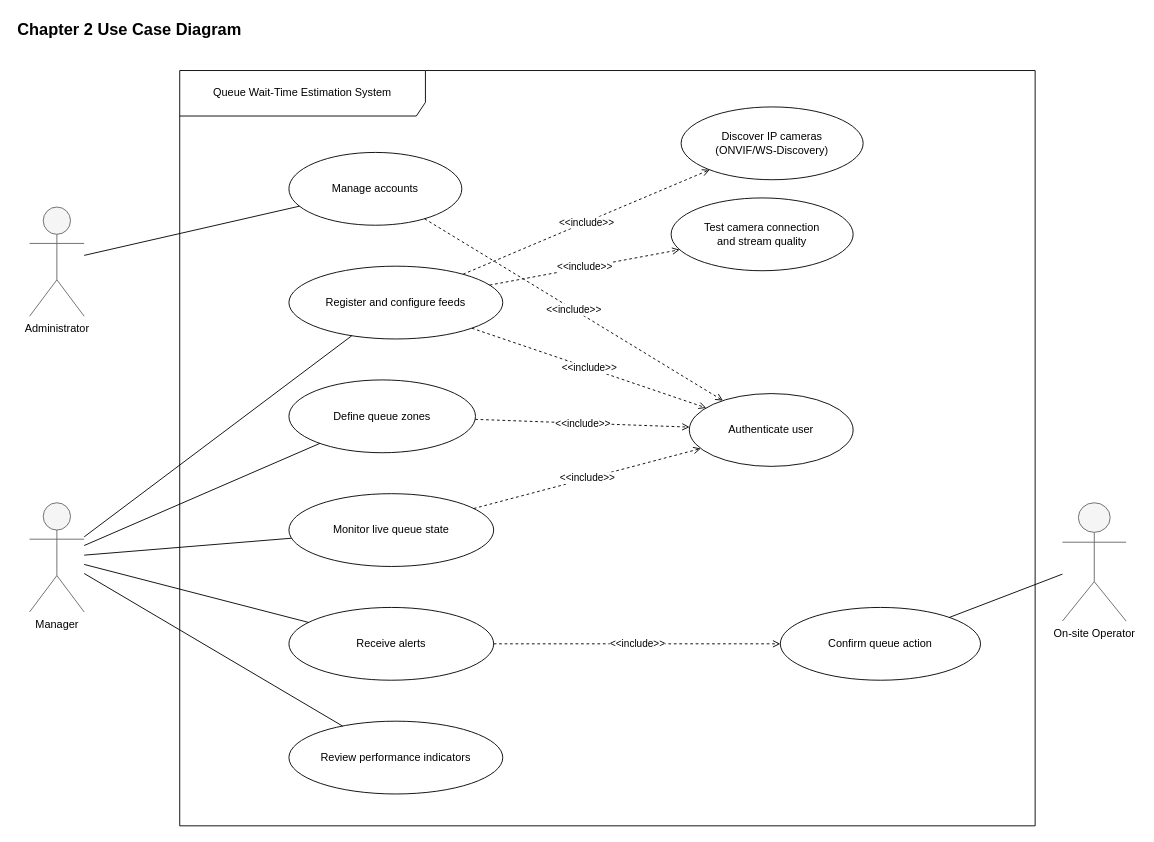
Earlier version of the draw.io diagram report-latex/figures/drawio/chapter2_use_case.drawio (Salmen-BA21/Queue-Wait-Time-Estimation). Source tidied: cells renumbered, new cells numbered last; positions are measured from the earlier drawing's top-left corner, leaving out a move shared by most shapes. Both pictures are drawn from the tidied source at 91%, with x=0, y=0 at pixel (15, 15).
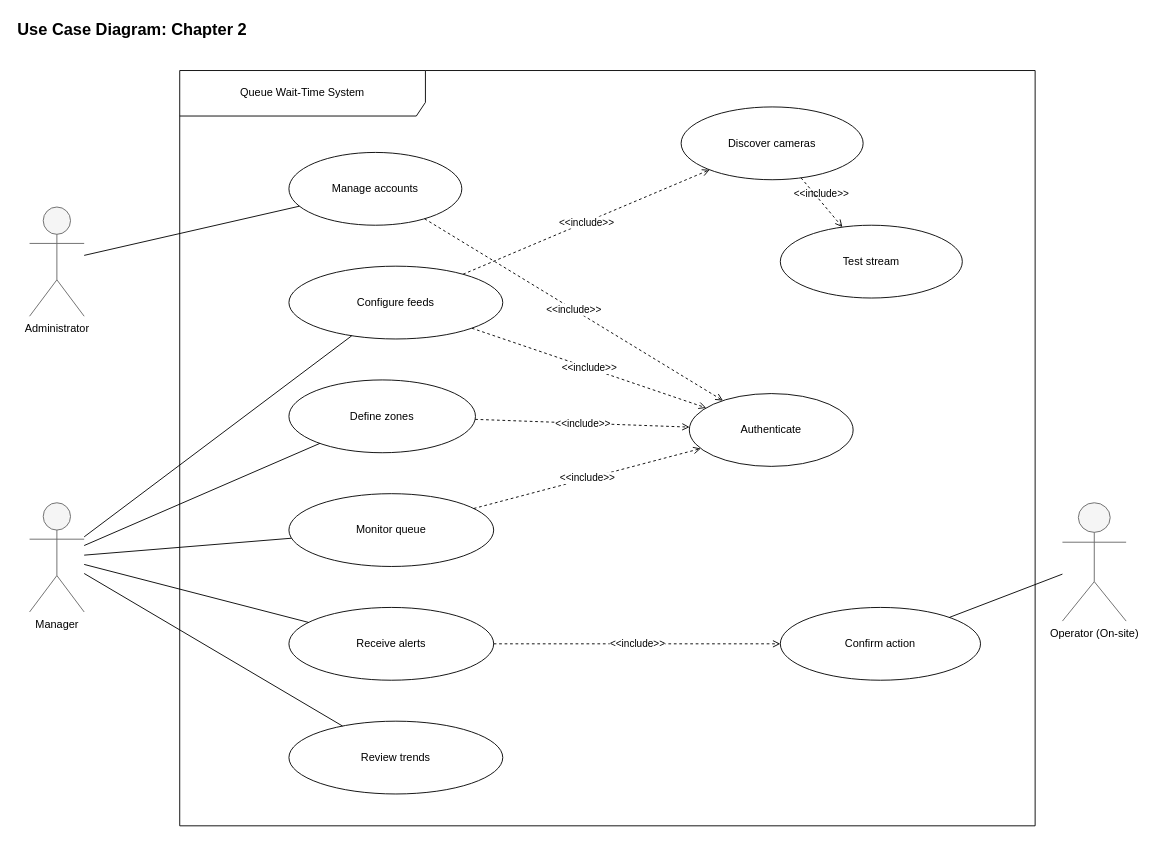
The same diagram, later.

Diff of the diagram source:
```diff
@@
-    <mxCell id="2" value="Chapter 2 Use Case Diagram" style="text;html=1;strokeColor=none;fillColor=none;align=left;verticalAlign=middle;fontStyle=1;fontSize=18;" parent="1" vertex="1">
+    <mxCell id="2" value="Use Case Diagram: Chapter 2" style="text;html=1;strokeColor=none;fillColor=none;align=left;verticalAlign=middle;fontStyle=1;fontSize=18;" parent="1" vertex="1">
       <mxGeometry width="340" height="30" as="geometry" />
     </mxCell>
@@
-    <mxCell id="5" value="Queue Wait-Time Estimation System" style="shape=umlFrame;whiteSpace=wrap;html=1;width=270;height=50;" parent="1" vertex="1">
+    <mxCell id="5" value="Queue Wait-Time System" style="shape=umlFrame;whiteSpace=wrap;html=1;width=270;height=50;" parent="1" vertex="1">
       <mxGeometry x="180" y="60" width="940" height="830" as="geometry" />
     </mxCell>
@@
-    <mxCell id="7" value="Register and configure feeds" style="ellipse;whiteSpace=wrap;html=1;" parent="5" vertex="1">
+    <mxCell id="7" value="Configure feeds" style="ellipse;whiteSpace=wrap;html=1;" parent="5" vertex="1">
       <mxGeometry x="120" y="215" width="235" height="80" as="geometry" />
     </mxCell>
-    <mxCell id="8" value="Discover IP cameras&#10;(ONVIF/WS-Discovery)" style="ellipse;whiteSpace=wrap;html=1;" parent="5" vertex="1">
+    <mxCell id="8" value="Discover cameras" style="ellipse;whiteSpace=wrap;html=1;" parent="5" vertex="1">
       <mxGeometry x="551" y="40" width="200" height="80" as="geometry" />
     </mxCell>
-    <mxCell id="9" value="Test camera connection&#10;and stream quality" style="ellipse;whiteSpace=wrap;html=1;" parent="5" vertex="1">
-      <mxGeometry x="540" y="140" width="200" height="80" as="geometry" />
+    <mxCell id="9" value="Test stream" style="ellipse;whiteSpace=wrap;html=1;" parent="5" vertex="1">
+      <mxGeometry x="660" y="170" width="200" height="80" as="geometry" />
     </mxCell>
@@
-    <mxCell id="11" value="&amp;lt;&amp;lt;include&amp;gt;&amp;gt;" style="dashed=1;endArrow=open;endFill=0;html=1;rounded=0;" parent="5" edge="1" source="7" target="9">
-      <mxGeometry relative="1" as="geometry" />
-    </mxCell>
-    <mxCell id="12" value="Define queue zones" style="ellipse;whiteSpace=wrap;html=1;" parent="5" vertex="1">
+    <mxCell id="12" value="Define zones" style="ellipse;whiteSpace=wrap;html=1;" parent="5" vertex="1">
       <mxGeometry x="120" y="340" width="205" height="80" as="geometry" />
     </mxCell>
-    <mxCell id="13" value="Monitor live queue state" style="ellipse;whiteSpace=wrap;html=1;" parent="5" vertex="1">
+    <mxCell id="13" value="Monitor queue" style="ellipse;whiteSpace=wrap;html=1;" parent="5" vertex="1">
       <mxGeometry x="120" y="465" width="225" height="80" as="geometry" />
     </mxCell>
@@
-    <mxCell id="15" value="Review performance indicators" style="ellipse;whiteSpace=wrap;html=1;" parent="5" vertex="1">
+    <mxCell id="15" value="Review trends" style="ellipse;whiteSpace=wrap;html=1;" parent="5" vertex="1">
       <mxGeometry x="120" y="715" width="235" height="80" as="geometry" />
     </mxCell>
-    <mxCell id="16" value="Authenticate user" style="ellipse;whiteSpace=wrap;html=1;" parent="5" vertex="1">
+    <mxCell id="16" value="Authenticate" style="ellipse;whiteSpace=wrap;html=1;" parent="5" vertex="1">
       <mxGeometry x="560" y="355" width="180" height="80" as="geometry" />
     </mxCell>
@@
-    <mxCell id="21" value="Confirm queue action" style="ellipse;whiteSpace=wrap;html=1;" parent="5" vertex="1">
+    <mxCell id="21" value="Confirm action" style="ellipse;whiteSpace=wrap;html=1;" parent="5" vertex="1">
       <mxGeometry x="660" y="590" width="220" height="80" as="geometry" />
     </mxCell>
@@
+    <mxCell id="11" value="&amp;lt;&amp;lt;include&amp;gt;&amp;gt;" style="html=1;verticalAlign=bottom;labelBackgroundColor=none;endArrow=open;endFill=0;dashed=1;" parent="5" edge="1" source="8" target="9">
+      <mxGeometry relative="1" as="geometry" />
+    </mxCell>
@@
-    <mxCell id="29" value="On-site Operator" style="shape=umlActor;verticalLabelPosition=bottom;verticalAlign=top;html=1;fillColor=#f5f5f5;strokeColor=#666666;" parent="1" vertex="1">
+    <mxCell id="29" value="Operator (On-site)" style="shape=umlActor;verticalLabelPosition=bottom;verticalAlign=top;html=1;fillColor=#f5f5f5;strokeColor=#666666;" parent="1" vertex="1">
       <mxGeometry x="1150" y="535" width="70" height="130" as="geometry" />
     </mxCell>
```
